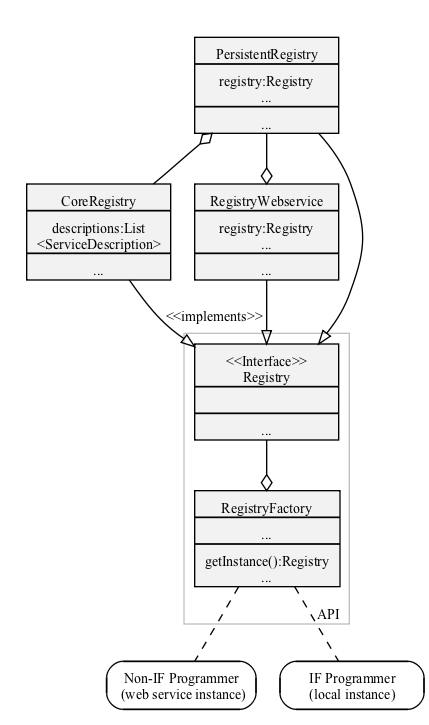
opf-labs/planets-suite keeps this Graphviz diagram as IF/registry/doc/service-description-registry.png. Above is the earlier version. Its source is kept beside it as IF/registry/doc/service-description-registry.dot. The source it was exported from:
```dot
/* Graphviz diagram for the Planets Service Registry classes */

digraph registry {
  node[shape=record style=filled,fillcolor=grey95 width=1.5]
  edge[]
  Core[label = "{CoreRegistry|descriptions:List\n\<ServiceDescription\>|...}"]
  WS[label = "{RegistryWebservice|registry:Registry\n...|...}"]
  Persistent[label = "{PersistentRegistry|registry:Registry\n...|...}"]
  ServiceRegistry[label = "{\<\<Interface\>\>\nRegistry||...}"]
  Factory[label = "{RegistryFactory|...|getInstance():Registry\n...}"]
  NonIfProgrammer[label = "Non-IF Programmer\n (web service instance)" style=rounded]
  IfProgrammer[label = "IF Programmer\n(local instance)" style=rounded]

  subgraph cluster_internal{
    color=white
    Persistent->Core[arrowhead=none arrowtail=odiamond]
    Persistent->WS[arrowhead=odiamond]
  }

  subgraph cluster_public{
    labeljust=r
    labelloc=b
    color=grey
    label="API"
    Persistent->ServiceRegistry[arrowhead=empty]
    Core->ServiceRegistry[arrowhead=empty label=" \<\<implements\>\>"]
    WS->ServiceRegistry[arrowhead=empty ]
    ServiceRegistry->Factory[arrowtail=none arrowhead=odiamond]
  }
  Factory->NonIfProgrammer[arrowhead=none style=dashed]
  Factory->IfProgrammer[arrowhead=none style=dashed]
}
```
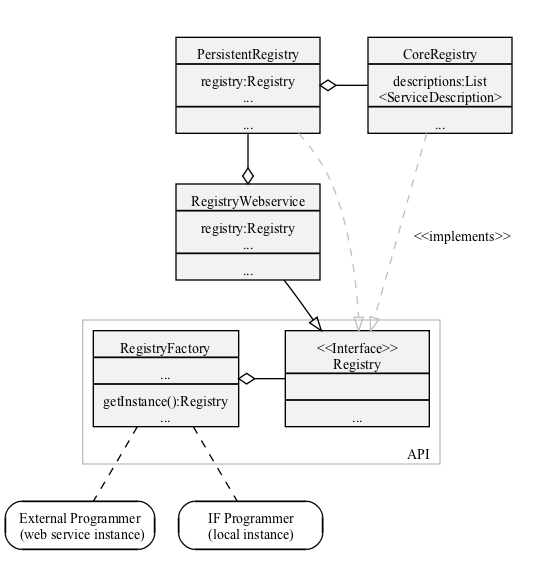
After the change.

Commit message:
Updated registry documentation (diagrams); fixed registry tests for new build type EAR (changed endpoint URL).

What changed in the source:
```diff
@@ -8,13 +8,14 @@
   Persistent[label = "{PersistentRegistry|registry:Registry\n...|...}"]
   ServiceRegistry[label = "{\<\<Interface\>\>\nRegistry||...}"]
   Factory[label = "{RegistryFactory|...|getInstance():Registry\n...}"]
-  NonIfProgrammer[label = "Non-IF Programmer\n (web service instance)" style=rounded]
+  NonIfProgrammer[label = "External Programmer\n (web service instance)" style=rounded]
   IfProgrammer[label = "IF Programmer\n(local instance)" style=rounded]
 
   subgraph cluster_internal{
     color=white
-    Persistent->Core[arrowhead=none arrowtail=odiamond]
-    Persistent->WS[arrowhead=odiamond]
+
+    Persistent->WS[arrowhead=odiamond ]
+    Persistent->Core[arrowhead=none arrowtail=odiamond constraint=false]
   }
 
   subgraph cluster_public{
@@ -22,10 +23,11 @@
     labelloc=b
     color=grey
     label="API"
-    Persistent->ServiceRegistry[arrowhead=empty]
-    Core->ServiceRegistry[arrowhead=empty label=" \<\<implements\>\>"]
-    WS->ServiceRegistry[arrowhead=empty ]
-    ServiceRegistry->Factory[arrowtail=none arrowhead=odiamond]
+    Core->ServiceRegistry[arrowhead=empty style=dashed color=gray label=" \<\<implements\>\>"]
+    Persistent->ServiceRegistry[arrowhead=empty style=dashed color=gray]
+    WS->ServiceRegistry[arrowhead=empty]
+    Factory->ServiceRegistry[arrowtail=odiamond arrowhead=none constraint=false]
+
   }
   Factory->NonIfProgrammer[arrowhead=none style=dashed]
   Factory->IfProgrammer[arrowhead=none style=dashed]
```
